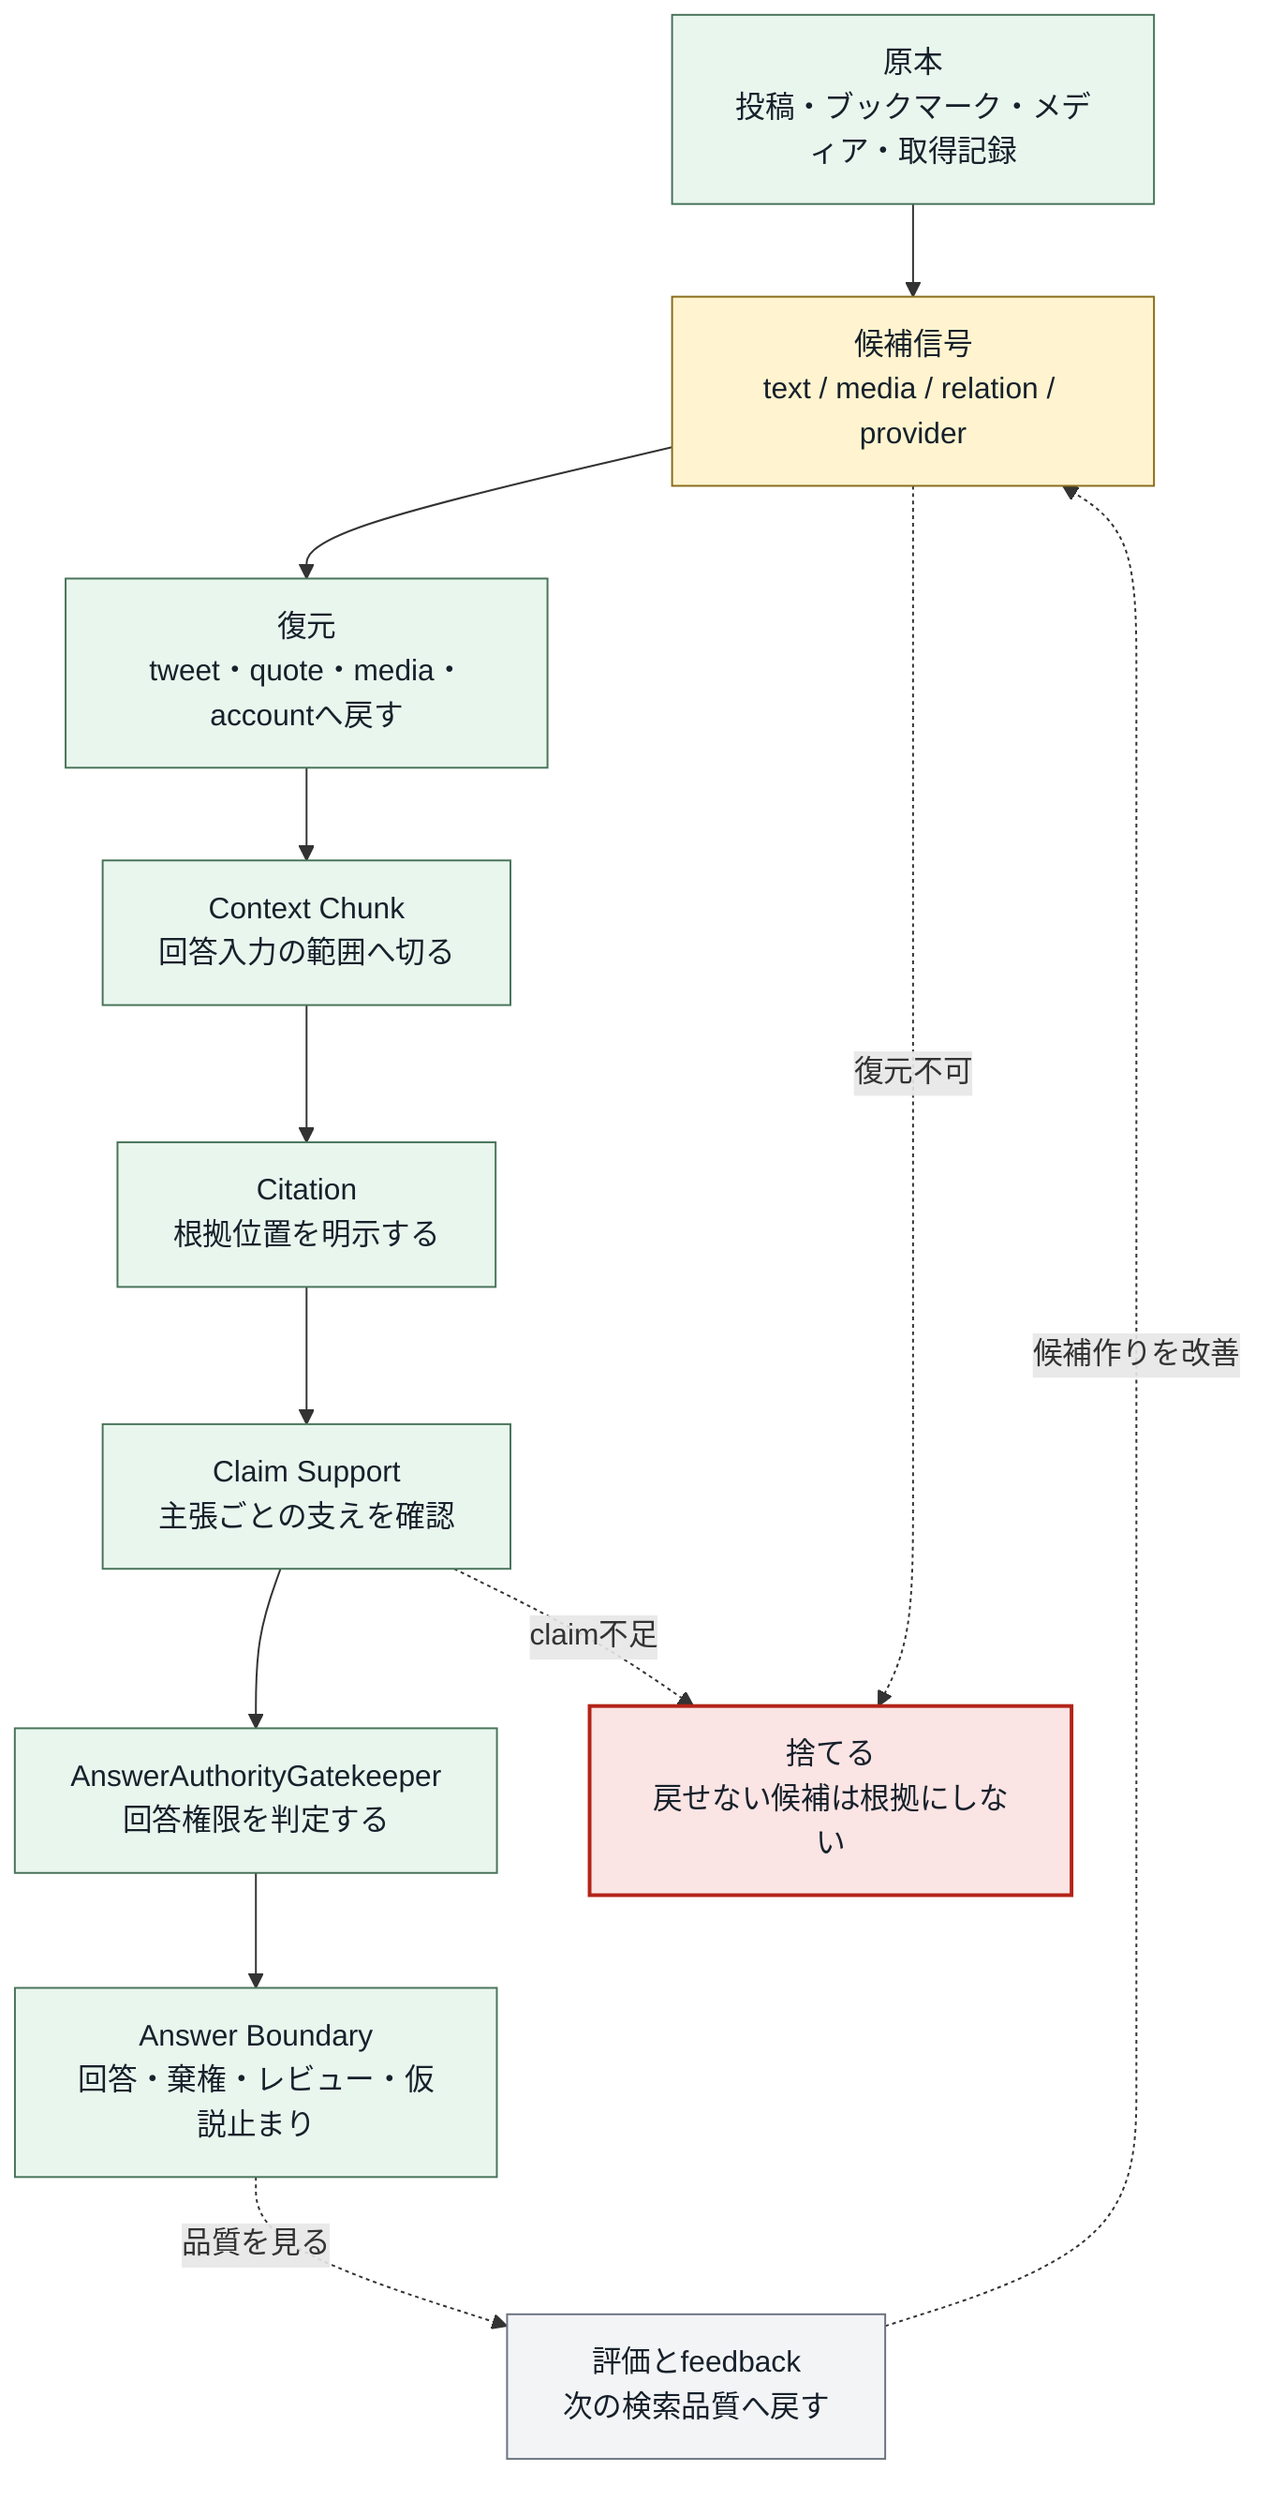
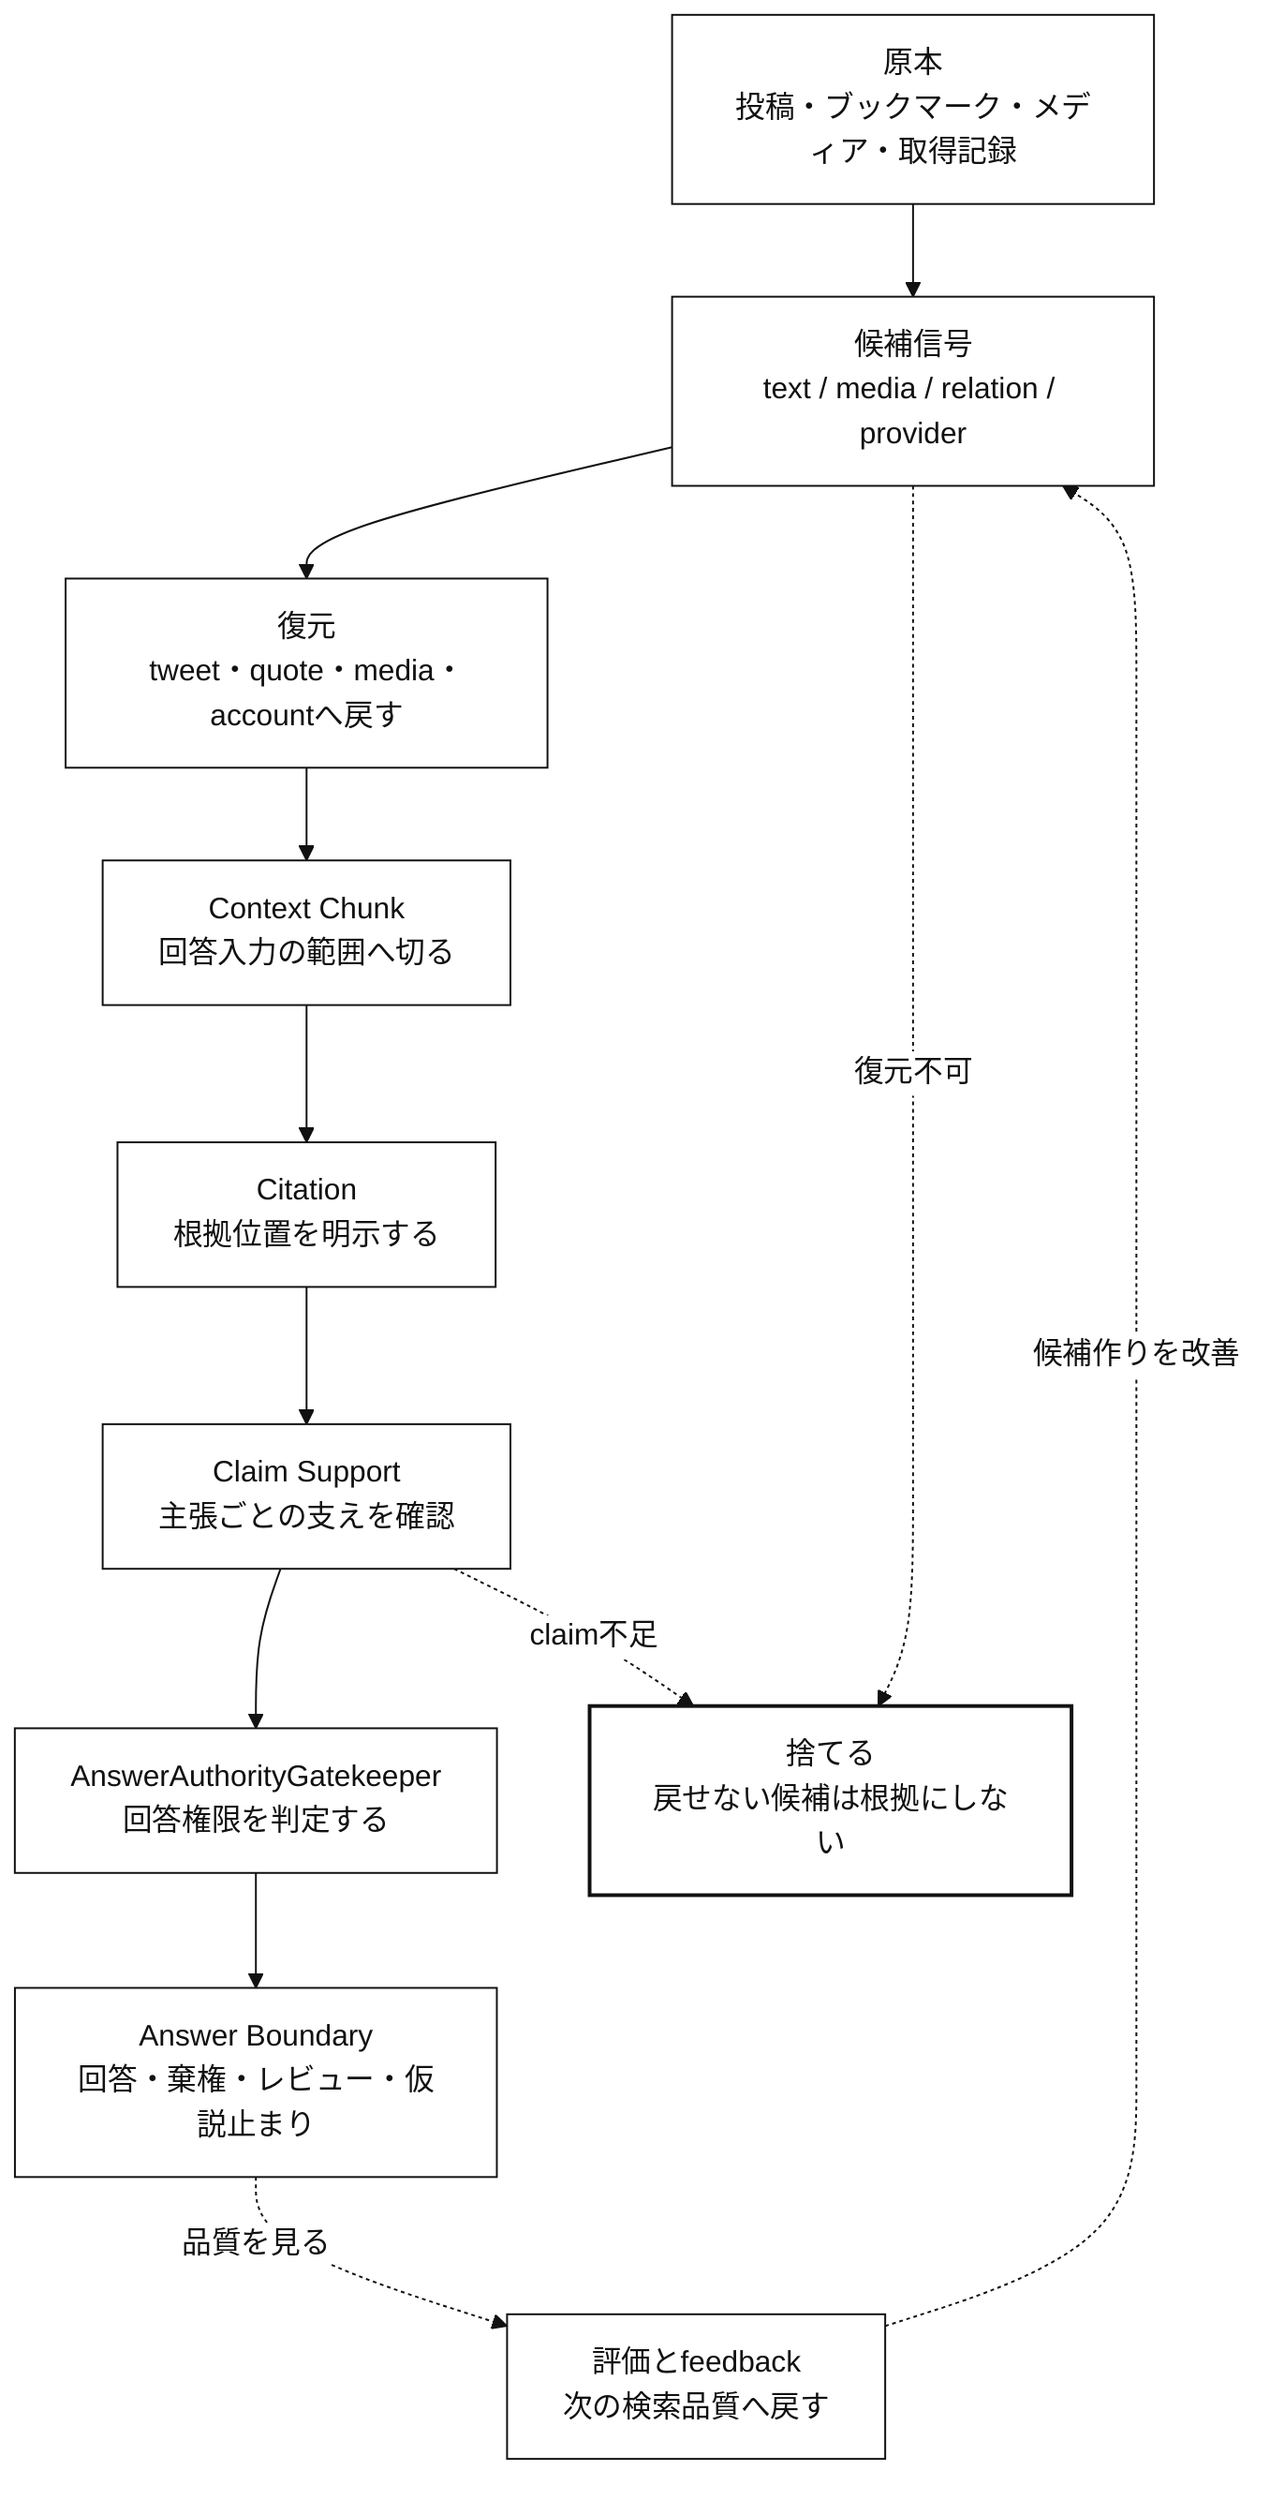
+ %%{init: {"theme":"base","themeVariables":{"background":"#ffffff","primaryColor":"#ffffff","primaryBorderColor":"#111111","primaryTextColor":"#111111","secondaryColor":"#ffffff","secondaryBorderColor":"#111111","secondaryTextColor":"#111111","tertiaryColor":"#ffffff","tertiaryBorderColor":"#111111","tertiaryTextColor":"#111111","lineColor":"#111111","textColor":"#111111","mainBkg":"#ffffff","secondBkg":"#ffffff","actorBkg":"#ffffff","actorBorder":"#111111","actorTextColor":"#111111","activationBkgColor":"#ffffff","activationBorderColor":"#111111","noteBkgColor":"#ffffff","noteBorderColor":"#111111","labelBoxBkgColor":"#ffffff","labelBoxBorderColor":"#111111","signalColor":"#111111","signalTextColor":"#111111","loopTextColor":"#111111"}}}%%
flowchart TB
  %% 完成形の証拠パイプライン図: どの検索経路でも同じ根拠条件を通す

-   classDef step fill:#e9f6ee,stroke:#49745a,color:#17212b
-   classDef candidate fill:#fff4cf,stroke:#8a6d1d,color:#17212b
-   classDef gate fill:#fbe4e4,stroke:#b42318,color:#17212b,stroke-width:2px
-   classDef loop fill:#f3f4f6,stroke:#6b7280,color:#17212b
+   classDef step fill:#ffffff,stroke:#111111,color:#111111
+   classDef candidate fill:#ffffff,stroke:#111111,color:#111111
+   classDef gate fill:#ffffff,stroke:#111111,color:#111111,stroke-width:2px
+   classDef loop fill:#ffffff,stroke:#111111,color:#111111

  raw["原本<br/>投稿・ブックマーク・メディア・取得記録"]:::step
  signals["候補信号<br/>text / media / relation / provider"]:::candidate
  restore["復元<br/>tweet・quote・media・accountへ戻す"]:::step
  chunk["Context Chunk<br/>回答入力の範囲へ切る"]:::step
  citation["Citation<br/>根拠位置を明示する"]:::step
  support["Claim Support<br/>主張ごとの支えを確認"]:::step
  authority["AnswerAuthorityGatekeeper<br/>回答権限を判定する"]:::step
  answer["Answer Boundary<br/>回答・棄権・レビュー・仮説止まり"]:::step
  reject["捨てる<br/>戻せない候補は根拠にしない"]:::gate
  improve["評価とfeedback<br/>次の検索品質へ戻す"]:::loop

  raw --> signals --> restore --> chunk --> citation --> support --> authority --> answer
  signals -. "復元不可" .-> reject
  support -. "claim不足" .-> reject
  answer -. "品質を見る" .-> improve
  improve -. "候補作りを改善" .-> signals
